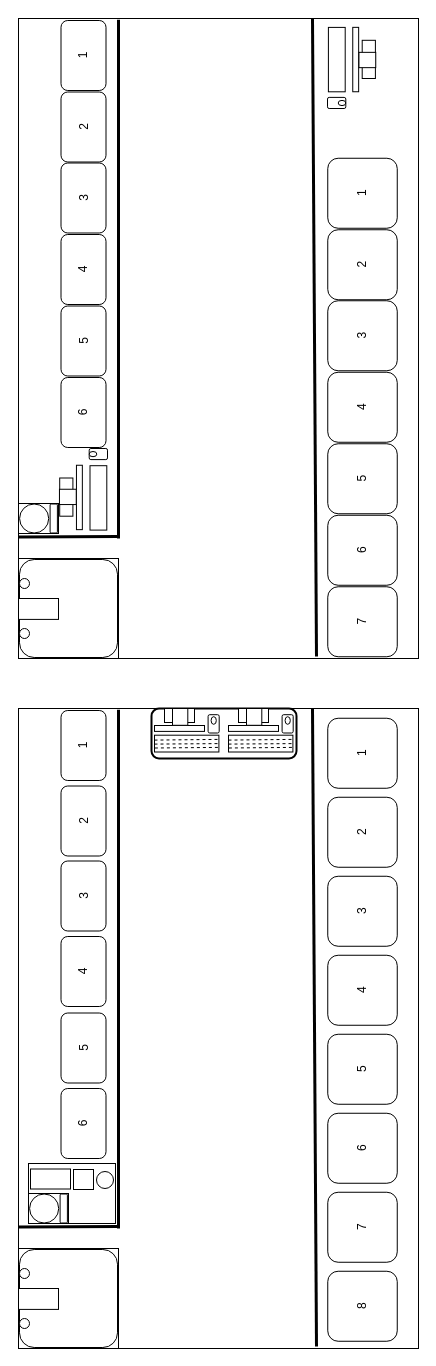
This is LayoutB1C436.drawio from Ernest861/demo, a draw.io file, before an edit. Source tidied: cells renumbered, new cells numbered last; positions are measured from the earlier drawing's top-left corner, leaving out a move shared by most shapes. Both pictures are drawn from the tidied source at 100%, with x=0, y=0 at pixel (18, 18).
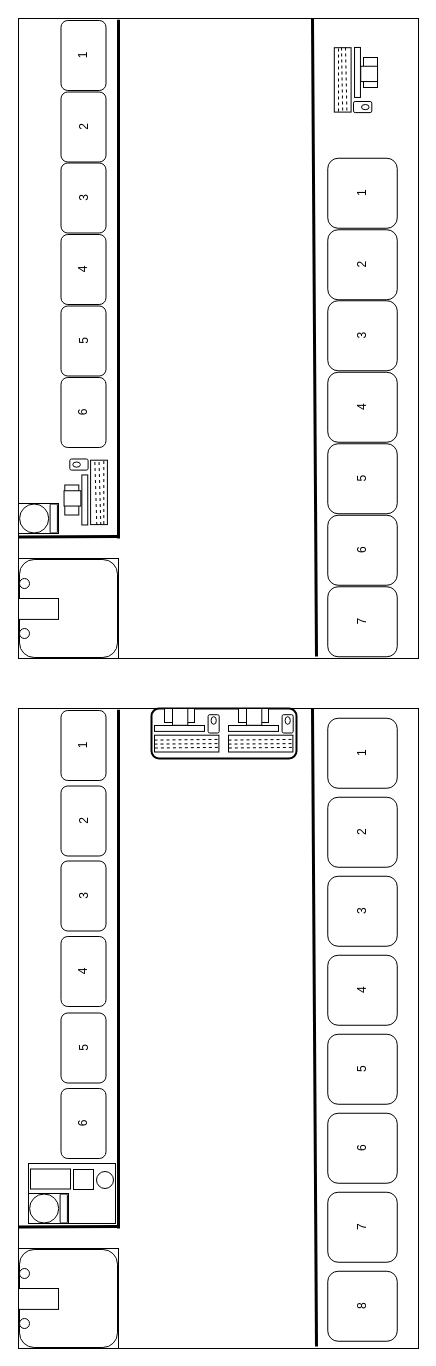
The same diagram, later.

Diff of the diagram source:
```diff
@@
-    <mxCell id="19" style="group;" parent="1" vertex="1">
-      <mxGeometry x="309" y="10" width="48.5" height="80" as="geometry" />
-    </mxCell>
-    <mxCell id="20" style="rounded=0;whiteSpace=wrap;html=1;rotation=90;" parent="19" vertex="1">
-      <mxGeometry x="22.2" y="24.3" width="38.2" height="13.2" as="geometry" />
-    </mxCell>
-    <mxCell id="21" style="rounded=0;whiteSpace=wrap;html=1;rotation=90;" parent="19" vertex="1">
-      <mxGeometry x="-4" y="28.1" width="64.4" height="5.9" as="geometry" />
-    </mxCell>
-    <mxCell id="22" style="rounded=0;whiteSpace=wrap;html=1;rotation=90;" parent="19" vertex="1">
-      <mxGeometry x="-22.9" y="22.7" width="64.4" height="16.8" as="geometry" />
-    </mxCell>
-    <mxCell id="23" style="rounded=0;whiteSpace=wrap;html=1;rotation=90;" parent="19" vertex="1">
-      <mxGeometry x="32.2" y="23.1" width="15.3" height="16.8" as="geometry" />
-    </mxCell>
-    <mxCell id="24" style="group;" parent="19" vertex="1">
-      <mxGeometry y="68.9" width="18.3" height="11.1" as="geometry" />
-    </mxCell>
-    <mxCell id="25" style="rounded=1;whiteSpace=wrap;html=1;" parent="24" vertex="1">
-      <mxGeometry width="18.3" height="11.1" as="geometry" />
-    </mxCell>
-    <mxCell id="26" style="ellipse;whiteSpace=wrap;html=1;" parent="24" vertex="1">
-      <mxGeometry x="10.7" y="3" width="7.6" height="5.2" as="geometry" />
-    </mxCell>
@@
-    <mxCell id="33" style="group;rotation=-180;" parent="1" vertex="1">
-      <mxGeometry x="40.7" y="430" width="48.5" height="80" as="geometry" />
-    </mxCell>
-    <mxCell id="34" style="rounded=0;whiteSpace=wrap;html=1;rotation=-90;" parent="33" vertex="1">
-      <mxGeometry x="-12" y="42" width="38.2" height="13.2" as="geometry" />
-    </mxCell>
-    <mxCell id="35" style="rounded=0;whiteSpace=wrap;html=1;rotation=-90;" parent="33" vertex="1">
-      <mxGeometry x="-12" y="46" width="64.4" height="5.9" as="geometry" />
-    </mxCell>
-    <mxCell id="36" style="rounded=0;whiteSpace=wrap;html=1;rotation=-90;" parent="33" vertex="1">
-      <mxGeometry x="7" y="41" width="64.4" height="16.8" as="geometry" />
-    </mxCell>
-    <mxCell id="37" style="rounded=0;whiteSpace=wrap;html=1;rotation=-90;" parent="33" vertex="1">
-      <mxGeometry x="1" y="40" width="15.3" height="16.8" as="geometry" />
-    </mxCell>
-    <mxCell id="38" style="group;rotation=-180;" parent="33" vertex="1">
-      <mxGeometry x="30" width="18.3" height="11.1" as="geometry" />
-    </mxCell>
-    <mxCell id="39" style="rounded=1;whiteSpace=wrap;html=1;rotation=-180;" parent="38" vertex="1">
-      <mxGeometry width="18.3" height="11.1" as="geometry" />
-    </mxCell>
-    <mxCell id="40" style="ellipse;whiteSpace=wrap;html=1;rotation=-180;" parent="38" vertex="1">
-      <mxGeometry y="3" width="7.6" height="5.2" as="geometry" />
-    </mxCell>
@@
+    <mxCell id="98" style="group;rotation=-90;" parent="1" vertex="1">
+      <mxGeometry x="35.3" y="451.5" width="64.7" height="43.5" as="geometry" />
+    </mxCell>
+    <mxCell id="99" style="rounded=0;whiteSpace=wrap;html=1;rotation=-90;" parent="98" vertex="1">
+      <mxGeometry x="3" y="23" width="30" height="14" as="geometry" />
+    </mxCell>
+    <mxCell id="100" style="rounded=0;whiteSpace=wrap;html=1;rotation=-90;" parent="98" vertex="1">
+      <mxGeometry x="6" y="27" width="50" height="5.9" as="geometry" />
+    </mxCell>
+    <mxCell id="101" style="rounded=0;whiteSpace=wrap;html=1;rotation=-90;" parent="98" vertex="1">
+      <mxGeometry x="13" y="14" width="64.4" height="16.8" as="geometry" />
+    </mxCell>
+    <mxCell id="102" style="rounded=0;whiteSpace=wrap;html=1;rotation=-90;" parent="98" vertex="1">
+      <mxGeometry x="11" y="20" width="15.3" height="16.8" as="geometry" />
+    </mxCell>
+    <mxCell id="103" style="rounded=1;whiteSpace=wrap;html=1;rotation=-180;" parent="98" vertex="1">
+      <mxGeometry x="16" y="-11" width="18.3" height="11.1" as="geometry" />
+    </mxCell>
+    <mxCell id="104" style="ellipse;whiteSpace=wrap;html=1;rotation=-180;" parent="98" vertex="1">
+      <mxGeometry x="19" y="-8" width="7.6" height="5.2" as="geometry" />
+    </mxCell>
+    <mxCell id="105" style="endArrow=none;dashed=1;html=1;rounded=0;entryX=1;entryY=0.5;entryDx=0;entryDy=0;" parent="98" edge="1" target="101">
+      <mxGeometry relative="1" as="geometry">
+        <mxPoint x="47" y="55" as="sourcePoint" />
+      </mxGeometry>
+    </mxCell>
+    <mxCell id="106" style="endArrow=none;dashed=1;html=1;rounded=0;entryX=1;entryY=0.25;entryDx=0;entryDy=0;" parent="98" edge="1" target="101">
+      <mxGeometry relative="1" as="geometry">
+        <mxPoint x="43" y="55" as="sourcePoint" />
+      </mxGeometry>
+    </mxCell>
+    <mxCell id="107" style="endArrow=none;dashed=1;html=1;rounded=0;entryX=1;entryY=0.5;entryDx=0;entryDy=0;" parent="98" edge="1">
+      <mxGeometry relative="1" as="geometry">
+        <mxPoint x="50" y="54" as="sourcePoint" />
+        <mxPoint x="50" y="-10" as="targetPoint" />
+      </mxGeometry>
+    </mxCell>
+    <mxCell id="108" style="group;rotation=90;" parent="1" vertex="1">
+      <mxGeometry x="305" y="40" width="64.7" height="43.5" as="geometry" />
+    </mxCell>
+    <mxCell id="109" style="rounded=0;whiteSpace=wrap;html=1;rotation=90;" parent="108" vertex="1">
+      <mxGeometry x="32" y="7" width="30" height="14" as="geometry" />
+    </mxCell>
+    <mxCell id="110" style="rounded=0;whiteSpace=wrap;html=1;rotation=90;" parent="108" vertex="1">
+      <mxGeometry x="9" y="11" width="50" height="5.9" as="geometry" />
+    </mxCell>
+    <mxCell id="111" style="rounded=0;whiteSpace=wrap;html=1;rotation=90;" parent="108" vertex="1">
+      <mxGeometry x="-13" y="13" width="64.4" height="16.8" as="geometry" />
+    </mxCell>
+    <mxCell id="112" style="rounded=0;whiteSpace=wrap;html=1;rotation=90;" parent="108" vertex="1">
+      <mxGeometry x="38" y="7" width="15.3" height="16.8" as="geometry" />
+    </mxCell>
+    <mxCell id="113" style="rounded=1;whiteSpace=wrap;html=1;rotation=0;" parent="108" vertex="1">
+      <mxGeometry x="30" y="43" width="18.3" height="11.1" as="geometry" />
+    </mxCell>
+    <mxCell id="114" style="ellipse;whiteSpace=wrap;html=1;rotation=0;" parent="108" vertex="1">
+      <mxGeometry x="38" y="46" width="7.6" height="5.2" as="geometry" />
+    </mxCell>
+    <mxCell id="115" style="endArrow=none;dashed=1;html=1;rounded=0;entryX=1;entryY=0.5;entryDx=0;entryDy=0;" parent="108" edge="1" target="111">
+      <mxGeometry relative="1" as="geometry">
+        <mxPoint x="18" y="-11" as="sourcePoint" />
+      </mxGeometry>
+    </mxCell>
+    <mxCell id="116" style="endArrow=none;dashed=1;html=1;rounded=0;entryX=1;entryY=0.25;entryDx=0;entryDy=0;" parent="108" edge="1" target="111">
+      <mxGeometry relative="1" as="geometry">
+        <mxPoint x="22" y="-11" as="sourcePoint" />
+      </mxGeometry>
+    </mxCell>
+    <mxCell id="117" style="endArrow=none;dashed=1;html=1;rounded=0;entryX=1;entryY=0.5;entryDx=0;entryDy=0;" parent="108" edge="1">
+      <mxGeometry relative="1" as="geometry">
+        <mxPoint x="15" y="-10" as="sourcePoint" />
+        <mxPoint x="15" y="54" as="targetPoint" />
+      </mxGeometry>
+    </mxCell>
```
